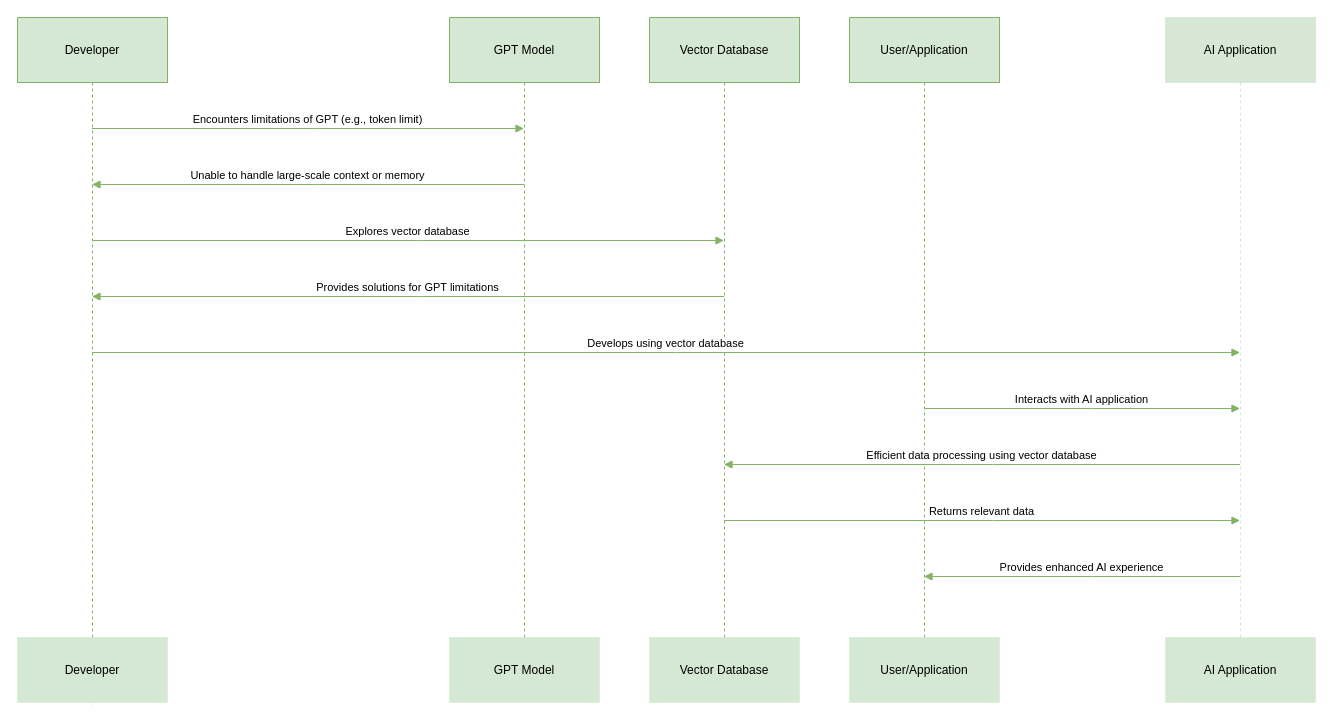
Above: AI.drawio in qiaoyu113/Ai-Learn (draw.io), before the change. Source tidied: cells renumbered, new cells numbered last; positions are measured from the earlier drawing's top-left corner, leaving out a move shared by most shapes. Both pictures are drawn from the tidied source at 100%, with x=0, y=0 at pixel (17, 17).
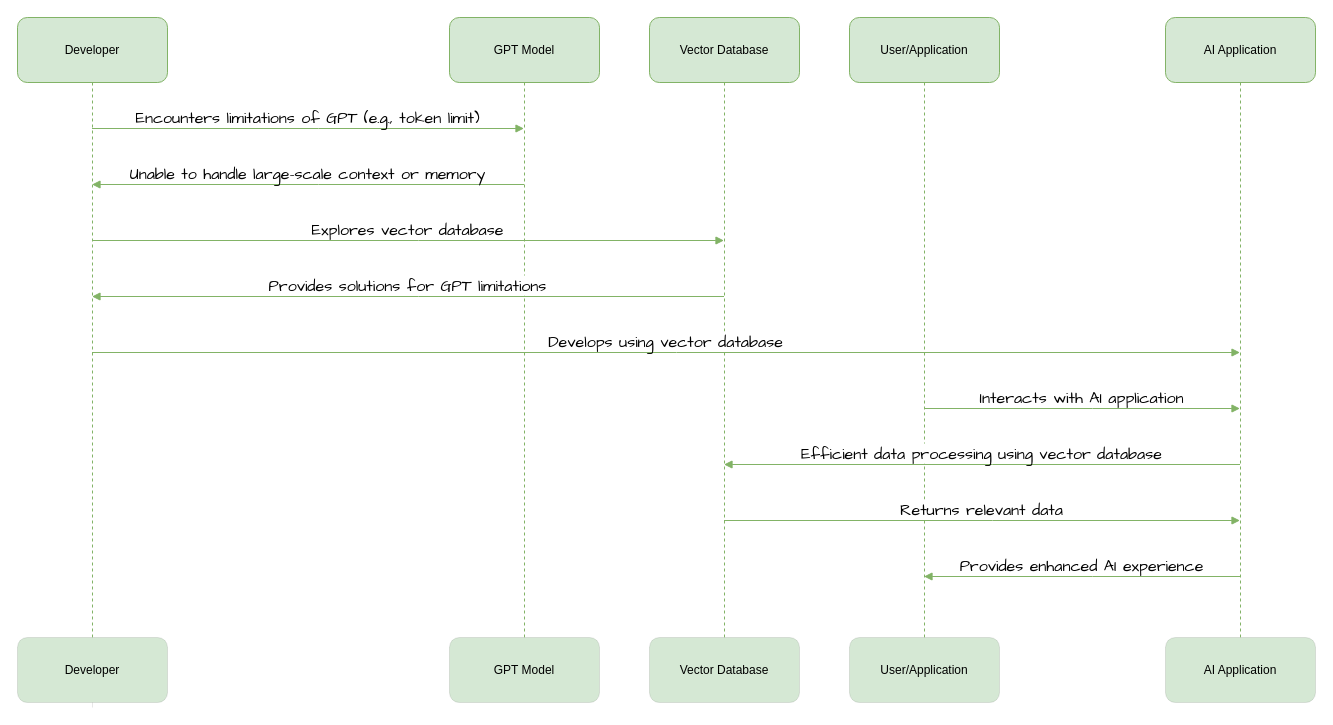
Above is the later version.

The edit, as a diff of the source:
```diff
@@
-    <mxCell id="2" value="Developer" style="shape=umlLifeline;perimeter=lifelinePerimeter;whiteSpace=wrap;outlineConnect=0;portConstraint=eastwest;newEdgeStyle={&quot;edgeStyle&quot;:&quot;elbowEdgeStyle&quot;,&quot;elbow&quot;:&quot;vertical&quot;,&quot;curved&quot;:0,&quot;rounded&quot;:0};size=65;fillColor=#d5e8d4;strokeColor=#82b366;" parent="1" vertex="1">
+    <mxCell id="2" value="Developer" style="shape=umlLifeline;perimeter=lifelinePerimeter;whiteSpace=wrap;outlineConnect=0;portConstraint=eastwest;newEdgeStyle={&quot;edgeStyle&quot;:&quot;elbowEdgeStyle&quot;,&quot;elbow&quot;:&quot;vertical&quot;,&quot;curved&quot;:0,&quot;rounded&quot;:0};size=65;fillColor=#d5e8d4;strokeColor=#82b366;rounded=1;glass=0;shadow=0;" parent="1" vertex="1">
       <mxGeometry width="150" height="664" as="geometry" />
     </mxCell>
-    <mxCell id="3" value="GPT Model" style="shape=umlLifeline;perimeter=lifelinePerimeter;whiteSpace=wrap;outlineConnect=0;portConstraint=eastwest;newEdgeStyle={&quot;edgeStyle&quot;:&quot;elbowEdgeStyle&quot;,&quot;elbow&quot;:&quot;vertical&quot;,&quot;curved&quot;:0,&quot;rounded&quot;:0};size=65;fillColor=#d5e8d4;strokeColor=#82b366;" parent="1" vertex="1">
+    <mxCell id="3" value="GPT Model" style="shape=umlLifeline;perimeter=lifelinePerimeter;whiteSpace=wrap;outlineConnect=0;portConstraint=eastwest;newEdgeStyle={&quot;edgeStyle&quot;:&quot;elbowEdgeStyle&quot;,&quot;elbow&quot;:&quot;vertical&quot;,&quot;curved&quot;:0,&quot;rounded&quot;:0};size=65;fillColor=#d5e8d4;strokeColor=#82b366;rounded=1;glass=0;shadow=0;" parent="1" vertex="1">
       <mxGeometry x="432" width="150" height="664" as="geometry" />
     </mxCell>
-    <mxCell id="4" value="Vector Database" style="shape=umlLifeline;perimeter=lifelinePerimeter;whiteSpace=wrap;outlineConnect=0;portConstraint=eastwest;newEdgeStyle={&quot;edgeStyle&quot;:&quot;elbowEdgeStyle&quot;,&quot;elbow&quot;:&quot;vertical&quot;,&quot;curved&quot;:0,&quot;rounded&quot;:0};size=65;fillColor=#d5e8d4;strokeColor=#82b366;" parent="1" vertex="1">
+    <mxCell id="4" value="Vector Database" style="shape=umlLifeline;perimeter=lifelinePerimeter;whiteSpace=wrap;outlineConnect=0;portConstraint=eastwest;newEdgeStyle={&quot;edgeStyle&quot;:&quot;elbowEdgeStyle&quot;,&quot;elbow&quot;:&quot;vertical&quot;,&quot;curved&quot;:0,&quot;rounded&quot;:0};size=65;fillColor=#d5e8d4;strokeColor=#82b366;rounded=1;glass=0;shadow=0;" parent="1" vertex="1">
       <mxGeometry x="632" width="150" height="664" as="geometry" />
     </mxCell>
-    <mxCell id="5" value="User/Application" style="shape=umlLifeline;perimeter=lifelinePerimeter;whiteSpace=wrap;outlineConnect=0;portConstraint=eastwest;newEdgeStyle={&quot;edgeStyle&quot;:&quot;elbowEdgeStyle&quot;,&quot;elbow&quot;:&quot;vertical&quot;,&quot;curved&quot;:0,&quot;rounded&quot;:0};size=65;fillColor=#d5e8d4;strokeColor=#82b366;" parent="1" vertex="1">
+    <mxCell id="5" value="User/Application" style="shape=umlLifeline;perimeter=lifelinePerimeter;whiteSpace=wrap;outlineConnect=0;portConstraint=eastwest;newEdgeStyle={&quot;edgeStyle&quot;:&quot;elbowEdgeStyle&quot;,&quot;elbow&quot;:&quot;vertical&quot;,&quot;curved&quot;:0,&quot;rounded&quot;:0};size=65;fillColor=#d5e8d4;strokeColor=#82b366;rounded=1;glass=0;shadow=0;" parent="1" vertex="1">
       <mxGeometry x="832" width="150" height="664" as="geometry" />
     </mxCell>
-    <mxCell id="6" value="AI Application" style="shape=umlLifeline;perimeter=lifelinePerimeter;whiteSpace=wrap;outlineConnect=0;portConstraint=eastwest;newEdgeStyle={&quot;edgeStyle&quot;:&quot;elbowEdgeStyle&quot;,&quot;elbow&quot;:&quot;vertical&quot;,&quot;curved&quot;:0,&quot;rounded&quot;:0};size=65;fillColor=#d6e8d5;strokeColor=#d7e8d6;gradientColor=none;" parent="1" vertex="1">
+    <mxCell id="6" value="AI Application" style="shape=umlLifeline;perimeter=lifelinePerimeter;whiteSpace=wrap;outlineConnect=0;portConstraint=eastwest;newEdgeStyle={&quot;edgeStyle&quot;:&quot;elbowEdgeStyle&quot;,&quot;elbow&quot;:&quot;vertical&quot;,&quot;curved&quot;:0,&quot;rounded&quot;:0};size=65;fillColor=#d6e8d5;strokeColor=#83b367;gradientColor=none;rounded=1;glass=0;shadow=0;" parent="1" vertex="1">
       <mxGeometry x="1148" width="150" height="664" as="geometry" />
     </mxCell>
-    <mxCell id="7" value="Encounters limitations of GPT (e.g., token limit)" style="verticalAlign=bottom;endArrow=block;edgeStyle=elbowEdgeStyle;elbow=vertical;curved=0;rounded=0;fillColor=#d5e8d4;strokeColor=#82b366;" parent="1" edge="1" source="2" target="3">
+    <mxCell id="7" value="Encounters limitations of GPT (e.g., token limit)" style="verticalAlign=bottom;endArrow=block;edgeStyle=elbowEdgeStyle;elbow=vertical;curved=0;rounded=0;fillColor=#d5e8d4;strokeColor=#82b366;fontSize=16;fontFamily=Comic Sans MS;" parent="1" edge="1" source="2" target="3">
       <mxGeometry relative="1" as="geometry">
         <Array as="points">
           <mxPoint x="301" y="111" />
         </Array>
       </mxGeometry>
     </mxCell>
-    <mxCell id="8" value="Unable to handle large-scale context or memory" style="verticalAlign=bottom;endArrow=block;edgeStyle=elbowEdgeStyle;elbow=vertical;curved=0;rounded=0;fillColor=#d5e8d4;strokeColor=#82b366;" parent="1" edge="1" source="3" target="2">
+    <mxCell id="8" value="Unable to handle large-scale context or memory" style="verticalAlign=bottom;endArrow=block;edgeStyle=elbowEdgeStyle;elbow=vertical;curved=0;rounded=0;fillColor=#d5e8d4;strokeColor=#82b366;fontFamily=Comic Sans MS;fontSize=16;" parent="1" edge="1" source="3" target="2">
       <mxGeometry relative="1" as="geometry">
         <Array as="points">
           <mxPoint x="301" y="167" />
         </Array>
       </mxGeometry>
     </mxCell>
-    <mxCell id="9" value="Explores vector database" style="verticalAlign=bottom;endArrow=block;edgeStyle=elbowEdgeStyle;elbow=vertical;curved=0;rounded=0;fillColor=#d5e8d4;strokeColor=#82b366;" parent="1" edge="1" source="2" target="4">
+    <mxCell id="9" value="Explores vector database" style="verticalAlign=bottom;endArrow=block;edgeStyle=elbowEdgeStyle;elbow=vertical;curved=0;rounded=0;fillColor=#d5e8d4;strokeColor=#82b366;fontFamily=Comic Sans MS;fontSize=16;" parent="1" edge="1" source="2" target="4">
       <mxGeometry relative="1" as="geometry">
         <Array as="points">
           <mxPoint x="401" y="223" />
         </Array>
       </mxGeometry>
     </mxCell>
-    <mxCell id="10" value="Provides solutions for GPT limitations" style="verticalAlign=bottom;endArrow=block;edgeStyle=elbowEdgeStyle;elbow=vertical;curved=0;rounded=0;fillColor=#d5e8d4;strokeColor=#82b366;" parent="1" edge="1" source="4" target="2">
+    <mxCell id="10" value="Provides solutions for GPT limitations" style="verticalAlign=bottom;endArrow=block;edgeStyle=elbowEdgeStyle;elbow=horizontal;curved=0;rounded=0;fillColor=#d5e8d4;strokeColor=#82b366;fontFamily=Comic Sans MS;fontSize=16;" parent="1" edge="1" source="4" target="2">
       <mxGeometry relative="1" as="geometry">
         <Array as="points">
           <mxPoint x="401" y="279" />
         </Array>
       </mxGeometry>
     </mxCell>
-    <mxCell id="11" value="Develops using vector database" style="verticalAlign=bottom;endArrow=block;edgeStyle=elbowEdgeStyle;elbow=vertical;curved=0;rounded=0;fillColor=#d5e8d4;strokeColor=#82b366;" parent="1" edge="1" source="2" target="6">
+    <mxCell id="11" value="Develops using vector database" style="verticalAlign=bottom;endArrow=block;edgeStyle=elbowEdgeStyle;elbow=vertical;curved=0;rounded=0;fillColor=#d5e8d4;strokeColor=#82b366;fontSize=16;fontFamily=Comic Sans MS;" parent="1" edge="1" source="2" target="6">
       <mxGeometry relative="1" as="geometry">
         <Array as="points">
           <mxPoint x="659" y="335" />
         </Array>
       </mxGeometry>
     </mxCell>
-    <mxCell id="12" value="Interacts with AI application" style="verticalAlign=bottom;endArrow=block;edgeStyle=elbowEdgeStyle;elbow=vertical;curved=0;rounded=0;fillColor=#d5e8d4;strokeColor=#82b366;" parent="1" edge="1" source="5" target="6">
+    <mxCell id="12" value="Interacts with AI application" style="verticalAlign=bottom;endArrow=block;edgeStyle=elbowEdgeStyle;elbow=horizontal;curved=0;rounded=0;fillColor=#d5e8d4;strokeColor=#82b366;fontSize=16;fontFamily=Comic Sans MS;" parent="1" edge="1" source="5" target="6">
       <mxGeometry relative="1" as="geometry">
         <Array as="points">
           <mxPoint x="1075" y="391" />
         </Array>
       </mxGeometry>
     </mxCell>
-    <mxCell id="13" value="Efficient data processing using vector database" style="verticalAlign=bottom;endArrow=block;edgeStyle=elbowEdgeStyle;elbow=vertical;curved=0;rounded=0;fillColor=#d5e8d4;strokeColor=#82b366;" parent="1" edge="1" source="6" target="4">
+    <mxCell id="13" value="Efficient data processing using vector database" style="verticalAlign=bottom;endArrow=block;edgeStyle=elbowEdgeStyle;elbow=vertical;curved=0;rounded=0;fillColor=#d5e8d4;strokeColor=#82b366;fontSize=16;fontFamily=Comic Sans MS;" parent="1" edge="1" source="6" target="4">
       <mxGeometry relative="1" as="geometry">
         <Array as="points">
           <mxPoint x="975" y="447" />
         </Array>
       </mxGeometry>
     </mxCell>
-    <mxCell id="14" value="Returns relevant data" style="verticalAlign=bottom;endArrow=block;edgeStyle=elbowEdgeStyle;elbow=vertical;curved=0;rounded=0;fillColor=#d5e8d4;strokeColor=#82b366;" parent="1" edge="1" source="4" target="6">
+    <mxCell id="14" value="Returns relevant data" style="verticalAlign=bottom;endArrow=block;edgeStyle=elbowEdgeStyle;elbow=horizontal;curved=0;rounded=0;fillColor=#d5e8d4;strokeColor=#82b366;fontSize=16;fontFamily=Comic Sans MS;" parent="1" edge="1" source="4" target="6">
       <mxGeometry relative="1" as="geometry">
         <Array as="points">
           <mxPoint x="975" y="503" />
         </Array>
       </mxGeometry>
     </mxCell>
-    <mxCell id="15" value="Provides enhanced AI experience" style="verticalAlign=bottom;endArrow=block;edgeStyle=elbowEdgeStyle;elbow=vertical;curved=0;rounded=0;fillColor=#d5e8d4;strokeColor=#82b366;" parent="1" edge="1" source="6" target="5">
+    <mxCell id="15" value="Provides enhanced AI experience" style="verticalAlign=bottom;endArrow=block;edgeStyle=elbowEdgeStyle;elbow=vertical;curved=0;rounded=0;fillColor=#d5e8d4;strokeColor=#82b366;fontSize=16;fontFamily=Comic Sans MS;" parent="1" edge="1" source="6" target="5">
       <mxGeometry relative="1" as="geometry">
         <Array as="points">
           <mxPoint x="1075" y="559" />
         </Array>
       </mxGeometry>
     </mxCell>
-    <mxCell id="16" value="Developer" style="shape=umlLifeline;perimeter=lifelinePerimeter;whiteSpace=wrap;newEdgeStyle={&quot;edgeStyle&quot;:&quot;elbowEdgeStyle&quot;,&quot;elbow&quot;:&quot;vertical&quot;,&quot;curved&quot;:0,&quot;rounded&quot;:0};size=65;fillColor=#d5e8d4;strokeColor=#82b366;strokeWidth=0;" parent="1" vertex="1">
+    <mxCell id="16" value="Developer" style="shape=umlLifeline;perimeter=lifelinePerimeter;whiteSpace=wrap;newEdgeStyle={&quot;edgeStyle&quot;:&quot;elbowEdgeStyle&quot;,&quot;elbow&quot;:&quot;vertical&quot;,&quot;curved&quot;:0,&quot;rounded&quot;:0};size=65;fillColor=#d5e8d4;strokeColor=default;strokeWidth=0;rounded=1;glass=0;shadow=0;" parent="1" vertex="1">
       <mxGeometry y="620" width="150" height="70" as="geometry" />
     </mxCell>
-    <mxCell id="17" value="GPT Model" style="shape=umlLifeline;perimeter=lifelinePerimeter;whiteSpace=wrap;newEdgeStyle={&quot;edgeStyle&quot;:&quot;elbowEdgeStyle&quot;,&quot;elbow&quot;:&quot;vertical&quot;,&quot;curved&quot;:0,&quot;rounded&quot;:0};size=65;fillColor=#d5e8d4;strokeColor=#82b366;strokeWidth=0;" parent="1" vertex="1">
+    <mxCell id="17" value="GPT Model" style="shape=umlLifeline;perimeter=lifelinePerimeter;whiteSpace=wrap;newEdgeStyle={&quot;edgeStyle&quot;:&quot;elbowEdgeStyle&quot;,&quot;elbow&quot;:&quot;vertical&quot;,&quot;curved&quot;:0,&quot;rounded&quot;:0};size=65;fillColor=#d5e8d4;strokeColor=default;strokeWidth=0;rounded=1;glass=0;shadow=0;" parent="1" vertex="1">
       <mxGeometry x="432" y="620" width="150" height="65" as="geometry" />
     </mxCell>
-    <mxCell id="18" value="Vector Database" style="shape=umlLifeline;perimeter=lifelinePerimeter;whiteSpace=wrap;newEdgeStyle={&quot;edgeStyle&quot;:&quot;elbowEdgeStyle&quot;,&quot;elbow&quot;:&quot;vertical&quot;,&quot;curved&quot;:0,&quot;rounded&quot;:0};size=65;fillColor=#d5e8d4;strokeColor=#82b366;strokeWidth=0;" parent="1" vertex="1">
+    <mxCell id="18" value="Vector Database" style="shape=umlLifeline;perimeter=lifelinePerimeter;whiteSpace=wrap;newEdgeStyle={&quot;edgeStyle&quot;:&quot;elbowEdgeStyle&quot;,&quot;elbow&quot;:&quot;vertical&quot;,&quot;curved&quot;:0,&quot;rounded&quot;:0};size=65;fillColor=#d5e8d4;strokeColor=default;strokeWidth=0;rounded=1;glass=0;shadow=0;" parent="1" vertex="1">
       <mxGeometry x="632" y="620" width="150" height="65" as="geometry" />
     </mxCell>
-    <mxCell id="19" value="User/Application" style="shape=umlLifeline;perimeter=lifelinePerimeter;whiteSpace=wrap;newEdgeStyle={&quot;edgeStyle&quot;:&quot;elbowEdgeStyle&quot;,&quot;elbow&quot;:&quot;vertical&quot;,&quot;curved&quot;:0,&quot;rounded&quot;:0};size=65;fillColor=#d5e8d4;strokeColor=#82b366;strokeWidth=0;" parent="1" vertex="1">
+    <mxCell id="19" value="User/Application" style="shape=umlLifeline;perimeter=lifelinePerimeter;whiteSpace=wrap;newEdgeStyle={&quot;edgeStyle&quot;:&quot;elbowEdgeStyle&quot;,&quot;elbow&quot;:&quot;vertical&quot;,&quot;curved&quot;:0,&quot;rounded&quot;:0};size=65;fillColor=#d5e8d4;strokeColor=default;strokeWidth=0;rounded=1;glass=0;shadow=0;" parent="1" vertex="1">
       <mxGeometry x="832" y="620" width="150" height="65" as="geometry" />
     </mxCell>
-    <mxCell id="20" value="AI Application" style="shape=umlLifeline;perimeter=lifelinePerimeter;whiteSpace=wrap;newEdgeStyle={&quot;edgeStyle&quot;:&quot;elbowEdgeStyle&quot;,&quot;elbow&quot;:&quot;vertical&quot;,&quot;curved&quot;:0,&quot;rounded&quot;:0};size=65;fillColor=#d5e8d4;strokeColor=#82b366;strokeWidth=0;" parent="1" vertex="1">
+    <mxCell id="20" value="AI Application" style="shape=umlLifeline;perimeter=lifelinePerimeter;whiteSpace=wrap;newEdgeStyle={&quot;edgeStyle&quot;:&quot;elbowEdgeStyle&quot;,&quot;elbow&quot;:&quot;vertical&quot;,&quot;curved&quot;:0,&quot;rounded&quot;:0};size=65;fillColor=#d5e8d4;strokeColor=default;strokeWidth=0;rounded=1;glass=0;shadow=0;" parent="1" vertex="1">
       <mxGeometry x="1148" y="620" width="150" height="65" as="geometry" />
     </mxCell>
```
